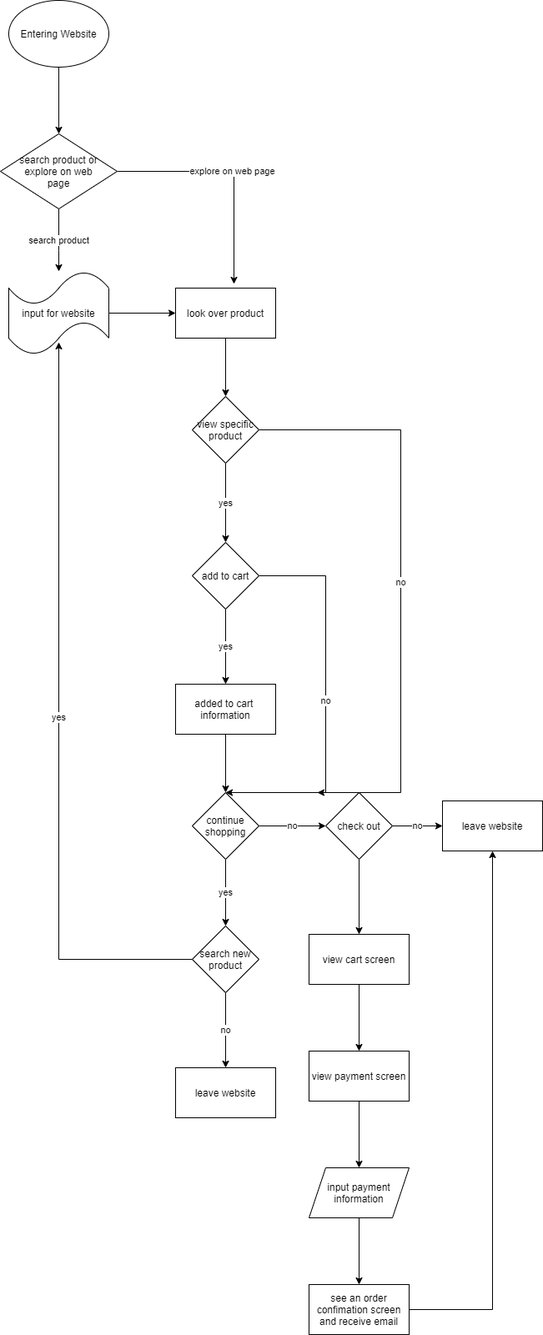
Earlier version of the draw.io export explore/diagramming/diagram.drawio.png (inhui8/inhui8-fa21-cse110-lab4). Source tidied: cells renumbered, new cells last; positions are measured from the earlier drawing's top-left corner, leaving out a move shared by most shapes.
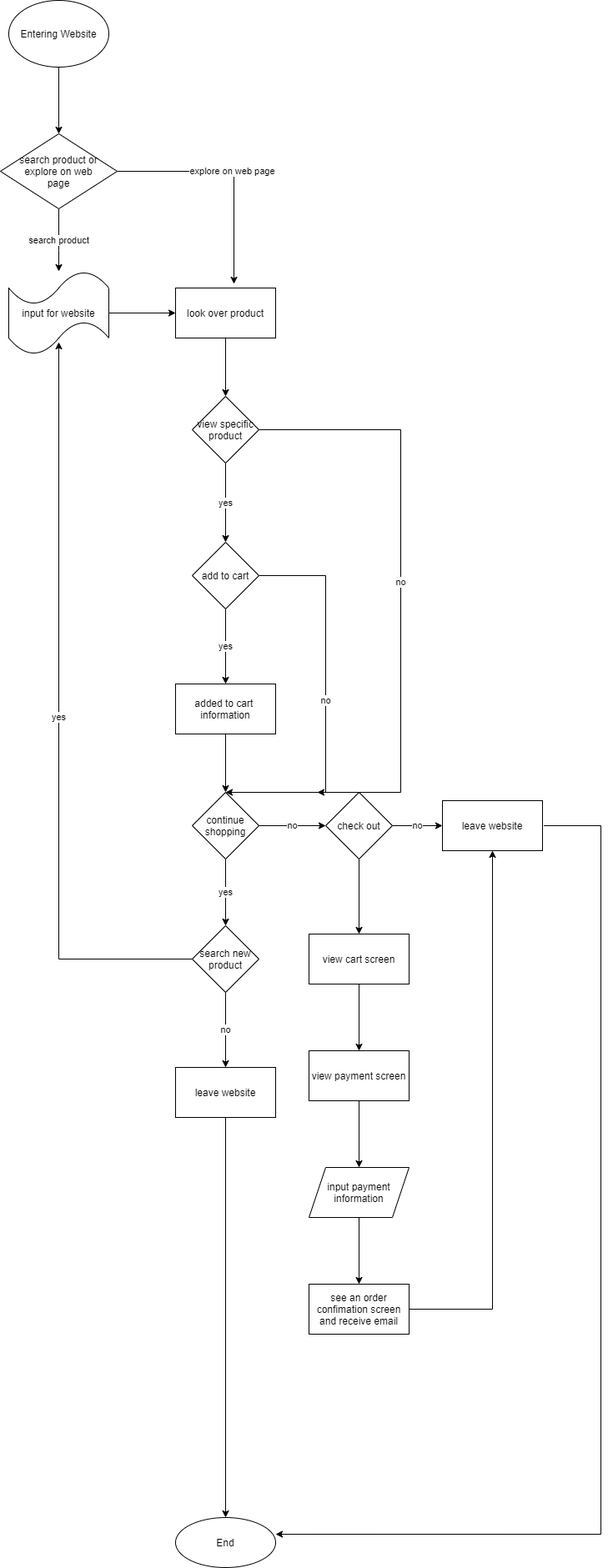
Later version of the same file.

Diff of the diagram source:
```diff
@@ -100,6 +100,14 @@
     <mxCell id="27" value="check out" style="rhombus;whiteSpace=wrap;html=1;" parent="1" vertex="1">
       <mxGeometry x="390" y="950" width="80" height="80" as="geometry" />
     </mxCell>
+    <mxCell id="38" style="edgeStyle=orthogonalEdgeStyle;rounded=0;jettySize=auto;html=1;entryX=1;entryY=0.333;entryDx=0;entryDy=0;entryPerimeter=0;" parent="1" edge="1" source="28" target="40">
+      <mxGeometry relative="1" as="geometry">
+        <Array as="points">
+          <mxPoint x="720" y="990" />
+          <mxPoint x="720" y="1840" />
+        </Array>
+      </mxGeometry>
+    </mxCell>
     <mxCell id="28" value="leave website" style="whiteSpace=wrap;html=1;" parent="1" vertex="1">
       <mxGeometry x="530" y="960" width="120" height="60" as="geometry" />
     </mxCell>
@@ -127,8 +135,14 @@
     <mxCell id="36" value="see an order confimation screen and receive email" style="whiteSpace=wrap;html=1;" parent="1" vertex="1">
       <mxGeometry x="370" y="1540" width="120" height="60" as="geometry" />
     </mxCell>
+    <mxCell id="39" style="edgeStyle=orthogonalEdgeStyle;rounded=0;jettySize=auto;html=1;" parent="1" edge="1" source="37" target="40">
+      <mxGeometry relative="1" as="geometry" />
+    </mxCell>
     <mxCell id="37" value="leave website" style="whiteSpace=wrap;html=1;" parent="1" vertex="1">
       <mxGeometry x="210" y="1280" width="120" height="60" as="geometry" />
     </mxCell>
+    <mxCell id="40" value="End" style="ellipse;whiteSpace=wrap;html=1;" parent="1" vertex="1">
+      <mxGeometry x="210" y="1820" width="120" height="60" as="geometry" />
+    </mxCell>
   </root>
 </mxGraphModel>
```
